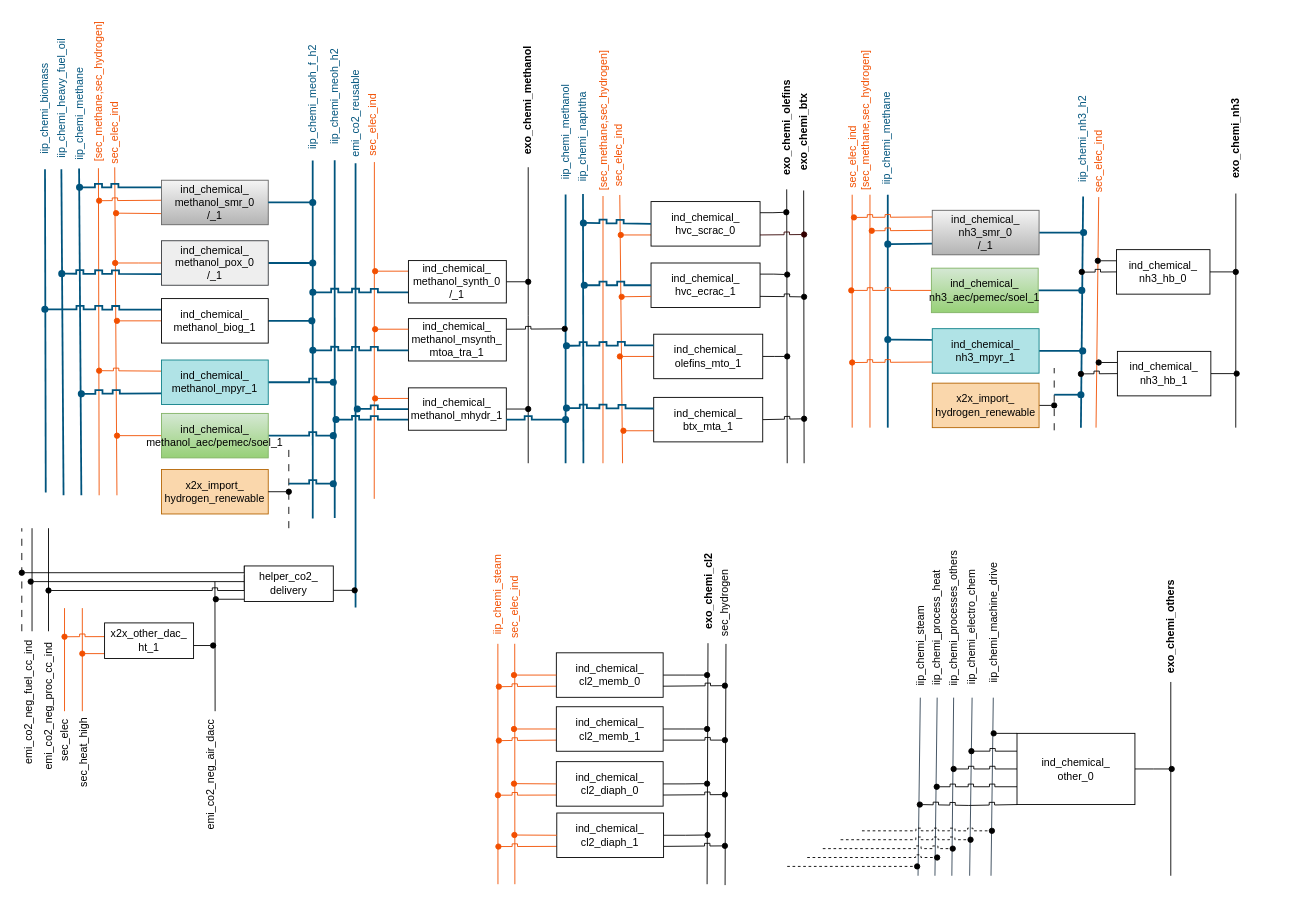
This is page "Chemi_SEDOS" (3 of 19) of TAM_Industry_RES.drawio from anik-ier/TAM_Industry_RES, a draw.io file, before an edit. Source tidied: cells renumbered, new cells numbered last; positions are measured from the earlier drawing's top-left corner, leaving out a move shared by most shapes. Both pictures are drawn from the tidied source at 89%, with x=0, y=0 at pixel (-32, 18).
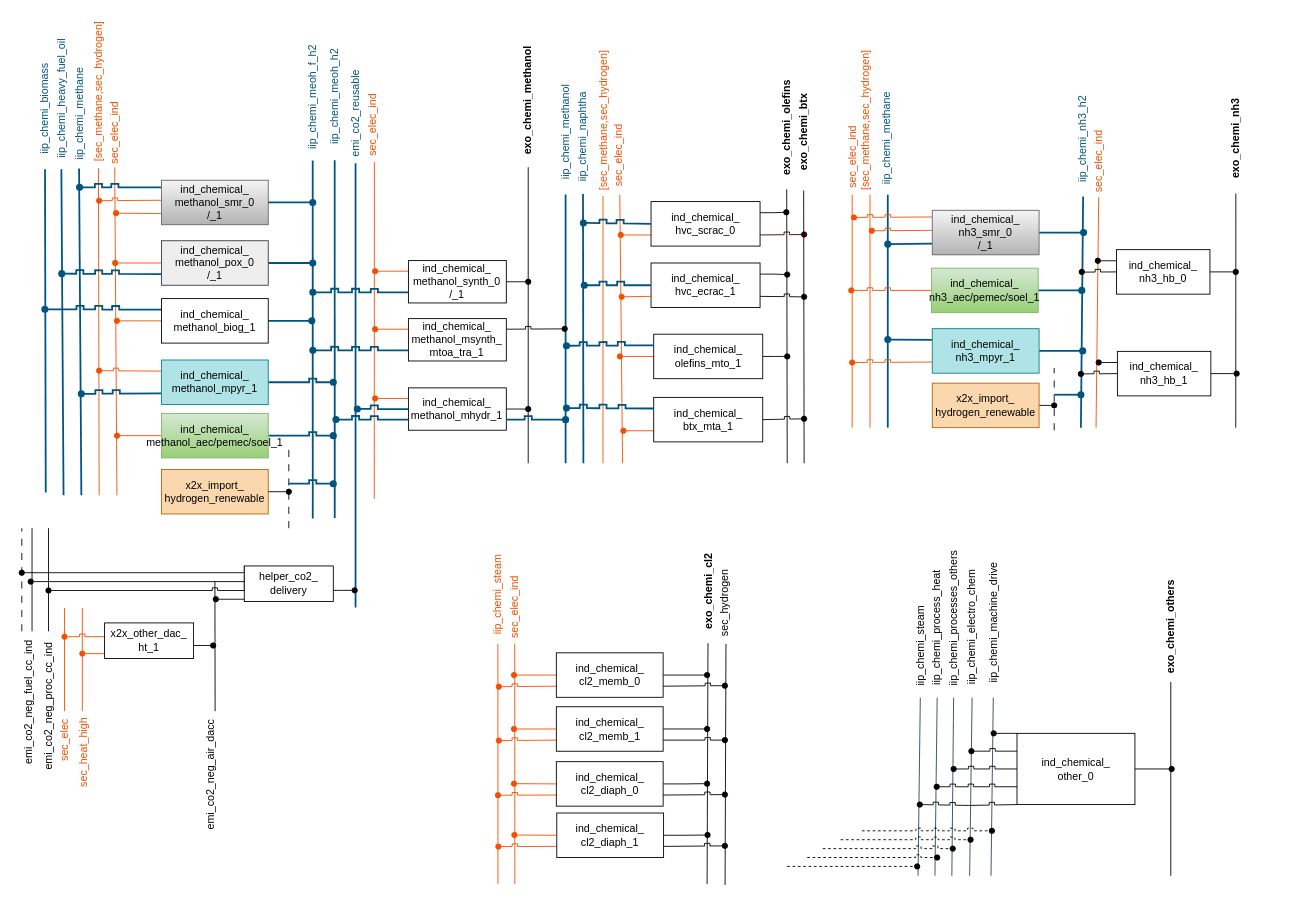
The same diagram, later.

Diff of the diagram source:
```diff
@@
-    <mxCell id="175" value="sec_heat_high" style="text;html=1;align=center;verticalAlign=middle;whiteSpace=wrap;rounded=0;rotation=270;fontStyle=0;direction=east;" parent="1" vertex="1">
+    <mxCell id="175" value="sec_heat_high" style="text;html=1;align=center;verticalAlign=middle;whiteSpace=wrap;rounded=0;rotation=270;fontStyle=0;direction=east;fontColor=#F24F00;" parent="1" vertex="1">
       <mxGeometry x="93.8" y="810.2" width="72.2" height="30" as="geometry" />
     </mxCell>
@@
-    <mxCell id="181" value="sec_elec" style="text;html=1;fillColor=none;align=center;verticalAlign=middle;whiteSpace=wrap;rounded=0;rotation=270;fontStyle=0;" parent="1" vertex="1">
+    <mxCell id="181" value="sec_elec" style="text;html=1;fillColor=none;align=center;verticalAlign=middle;whiteSpace=wrap;rounded=0;rotation=270;fontStyle=0;fontColor=#F24F00;" parent="1" vertex="1">
       <mxGeometry x="71.5" y="796.8" width="73" height="30" as="geometry" />
     </mxCell>
```
